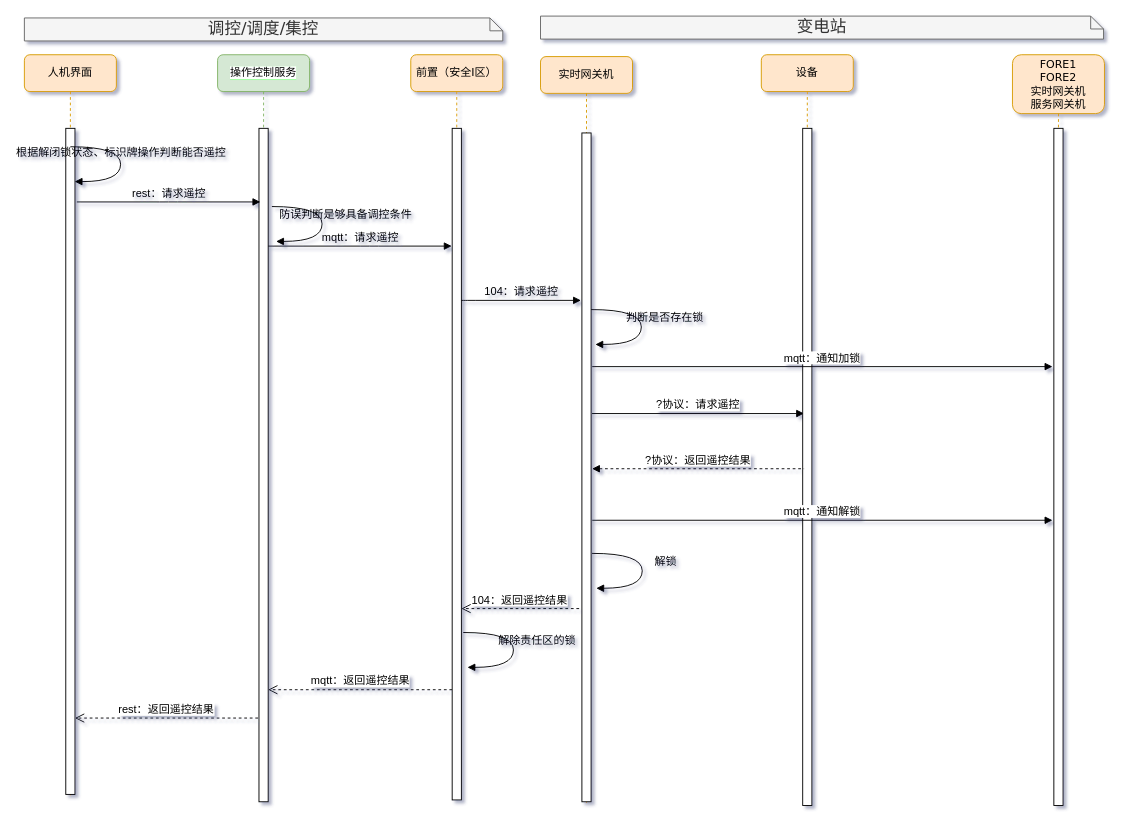
Before: page "集控站直控" (1 of 8) of 操作与控制.drawio in qwe995272801/taowenxiang, a draw.io diagram. Source tidied: cells renumbered, new cells numbered last; positions are measured from the earlier drawing's top-left corner, leaving out a move shared by most shapes. Both pictures are drawn from the tidied source at 92%, with x=0, y=0 at pixel (24, 16).
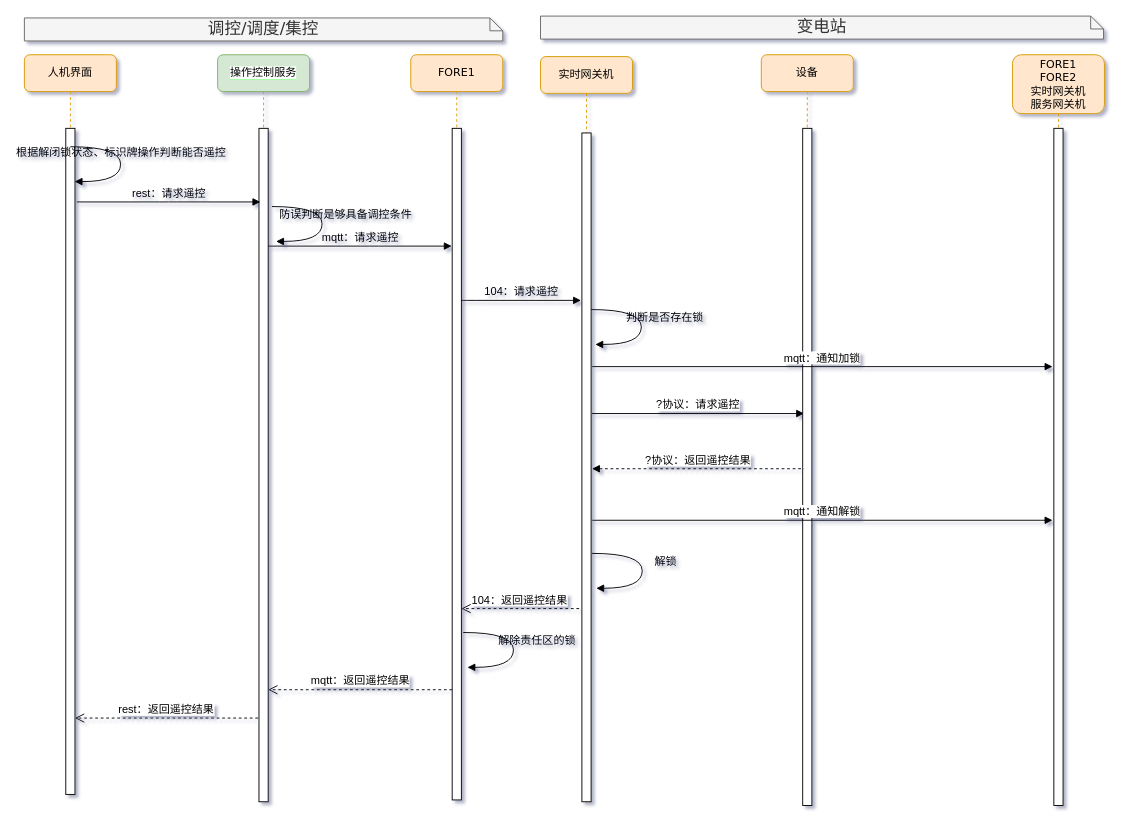
Above is the later version.

Change to the diagram source:
```diff
@@
-    <mxCell id="5" value="前置（安全Ⅰ区）" style="shape=umlLifeline;perimeter=lifelinePerimeter;whiteSpace=wrap;html=1;rounded=1;shadow=0;comic=0;labelBackgroundColor=none;strokeWidth=1;fontFamily=Verdana;fontSize=12;align=center;fillColor=#ffe6cc;strokeColor=#d79b00;" parent="1" vertex="1">
+    <mxCell id="5" value="FORE1" style="shape=umlLifeline;perimeter=lifelinePerimeter;whiteSpace=wrap;html=1;rounded=1;shadow=0;comic=0;labelBackgroundColor=none;strokeWidth=1;fontFamily=Verdana;fontSize=12;align=center;fillColor=#ffe6cc;strokeColor=#d79b00;" parent="1" vertex="1">
       <mxGeometry x="420" y="42" width="100" height="810" as="geometry" />
     </mxCell>
```
